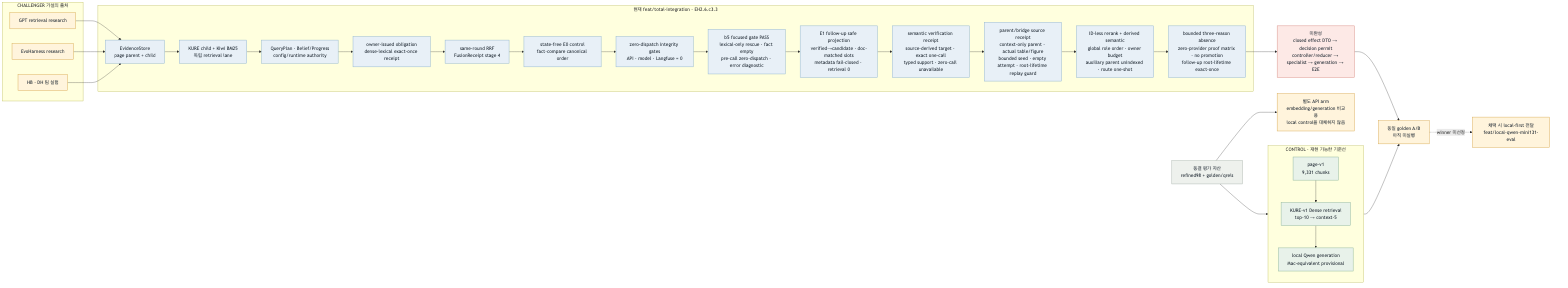
The Mermaid diagram fivecircles/architecture/specs/evidence-harness-progress-current-flow.png in KongSeok/sprint-public-procurement-rag-assistant, before a commit. Its source is kept beside it as fivecircles/architecture/specs/evidence-harness-progress-current-flow.mmd.
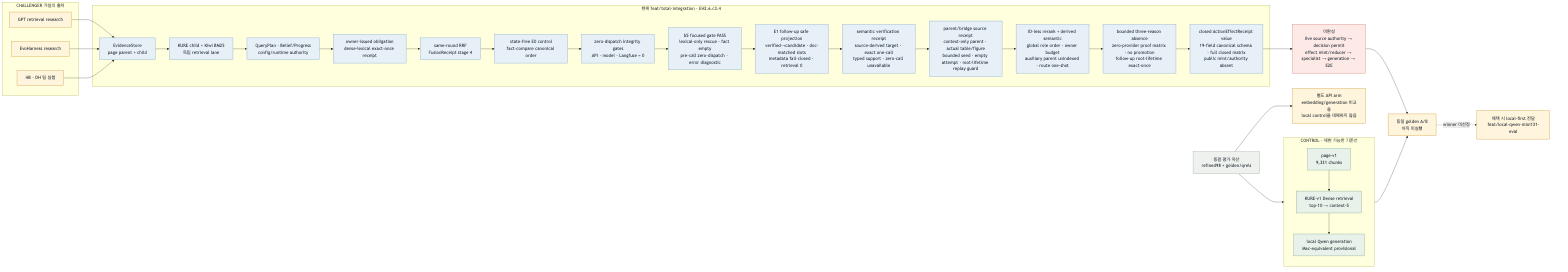
Later version of the same file.

The edit, as a diff of the source:
```diff
@@ -16,7 +16,7 @@
     R3["HB · DH 팀 실험"]
   end
 
-  subgraph BUILD["현재 feat/total-integration · EH2.6.c3.3"]
+  subgraph BUILD["현재 feat/total-integration · EH2.6.c3.4"]
     C1["EvidenceStore<br/>page parent + child"]
     C2["KURE child + Kiwi BM25<br/>독립 retrieval lane"]
     C3["QueryPlan · Belief/Progress<br/>config/runtime authority"]
@@ -30,10 +30,11 @@
     C11["parent/bridge source receipt<br/>context-only parent · actual table/figure<br/>bounded seed · empty attempt · root-lifetime replay guard"]
     C12["ID-less rerank + derived semantic<br/>global role order · owner budget<br/>auxiliary parent unindexed · route one-shot"]
     C13["bounded three-reason absence<br/>zero-provider proof matrix · no promotion<br/>follow-up root-lifetime exact-once"]
-    C1 --> C2 --> C3 --> C4 --> C5 --> C6 --> C7 --> C8 --> C9 --> C10 --> C11 --> C12 --> C13
+    C14["closed ActionEffectReceipt value<br/>19-field canonical schema · full closed matrix<br/>public mint/authority absent"]
+    C1 --> C2 --> C3 --> C4 --> C5 --> C6 --> C7 --> C8 --> C9 --> C10 --> C11 --> C12 --> C13 --> C14
   end
 
-  GAP["미완성<br/>closed effect DTO → decision permit<br/>controller/reducer → specialist → generation → E2E"]
+  GAP["미완성<br/>live source authority → decision permit<br/>effect mint/reducer → specialist → generation → E2E"]
   SELECT["동일 golden A/B<br/>아직 미실행"]
   LOCAL["채택 시 local-first 전달<br/>feat/local-qwen-mini131-eval"]
 
@@ -42,7 +43,7 @@
   R1 --> C1
   R2 --> C1
   R3 --> C1
-  C13 --> GAP --> SELECT
+  C14 --> GAP --> SELECT
   CONTROL --> SELECT
   SELECT -. "winner 미선정" .-> LOCAL
 
@@ -52,7 +53,7 @@
   classDef red fill:#fde9e6,stroke:#d98e84,color:#1f2933,stroke-width:1.5px
   classDef gray fill:#eef1ed,stroke:#aab5ad,color:#1f2933,stroke-width:1.5px
   class B1,B2,B3 green
-  class C1,C2,C3,C4,C5,C6,C7,C8,C9,C10,C11,C12,C13 blue
+  class C1,C2,C3,C4,C5,C6,C7,C8,C9,C10,C11,C12,C13,C14 blue
   class GOLD gray
   class R1,R2,R3,API amber
   class GAP red
```
